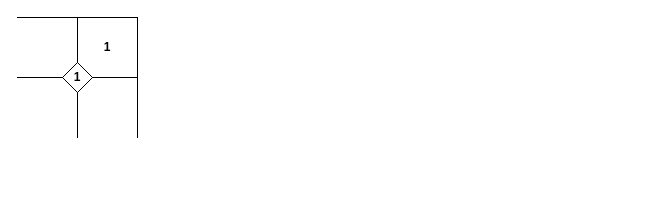
The draw.io diagram 爬梯子.drawio in ChrisFynnWang/algorithm, before the edit. Source tidied: cells renumbered, new cells numbered last; positions are measured from the earlier drawing's top-left corner, leaving out a move shared by most shapes. Both pictures are drawn from the tidied source at 100%, with x=0, y=0 at pixel (17, 17).
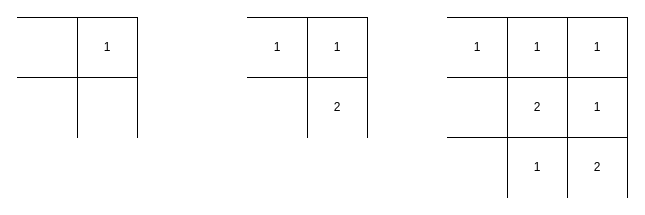
Above is the later version.

Commit message (it also covers changes not shown here):
更新爬梯子.drawio

The change refers to these unchanged cells:
```xml
<mxCell id="2" style="group;" parent="1" vertex="1">
  <mxGeometry width="120" height="120" as="geometry" />
</mxCell>
```

Change to the diagram source:
```diff
@@
-    <mxCell id="3" value="&lt;b&gt;1&lt;/b&gt;" style="whiteSpace=wrap;html=1;" parent="2" vertex="1">
+    <mxCell id="3" value="1" style="whiteSpace=wrap;html=1;" parent="2" vertex="1">
       <mxGeometry x="60" width="60" height="60" as="geometry" />
     </mxCell>
@@
-    <mxCell id="6" value="&lt;b&gt;1&lt;/b&gt;" style="rhombus;whiteSpace=wrap;html=1;" parent="2" vertex="1">
-      <mxGeometry x="45" y="45" width="30" height="30" as="geometry" />
-    </mxCell>
+    <mxCell id="7" style="group;" parent="1" vertex="1">
+      <mxGeometry x="230" width="120" height="120" as="geometry" />
+    </mxCell>
+    <mxCell id="8" value="1" style="whiteSpace=wrap;html=1;" parent="7" vertex="1">
+      <mxGeometry x="60" width="60" height="60" as="geometry" />
+    </mxCell>
+    <mxCell id="9" value="1" style="shape=partialRectangle;whiteSpace=wrap;html=1;left=0;right=0;fillColor=none;" parent="7" vertex="1">
+      <mxGeometry width="60" height="60" as="geometry" />
+    </mxCell>
+    <mxCell id="10" value="2" style="shape=partialRectangle;whiteSpace=wrap;html=1;top=0;bottom=0;fillColor=none;" parent="7" vertex="1">
+      <mxGeometry x="60" y="60" width="60" height="60" as="geometry" />
+    </mxCell>
+    <mxCell id="11" style="group;" parent="1" vertex="1">
+      <mxGeometry x="490" width="120" height="180" as="geometry" />
+    </mxCell>
+    <mxCell id="12" value="1" style="whiteSpace=wrap;html=1;" parent="11" vertex="1">
+      <mxGeometry x="60" width="60" height="60" as="geometry" />
+    </mxCell>
+    <mxCell id="13" style="shape=partialRectangle;whiteSpace=wrap;html=1;left=0;right=0;fillColor=none;" parent="11" vertex="1">
+      <mxGeometry width="60" height="60" as="geometry" />
+    </mxCell>
+    <mxCell id="14" style="shape=partialRectangle;whiteSpace=wrap;html=1;top=0;bottom=0;fillColor=none;" parent="11" vertex="1">
+      <mxGeometry x="60" y="60" width="60" height="60" as="geometry" />
+    </mxCell>
+    <mxCell id="15" style="group;" parent="11" vertex="1">
+      <mxGeometry x="-60" width="120" height="180" as="geometry" />
+    </mxCell>
+    <mxCell id="16" value="1" style="whiteSpace=wrap;html=1;" parent="15" vertex="1">
+      <mxGeometry x="60" width="60" height="60" as="geometry" />
+    </mxCell>
+    <mxCell id="17" value="1" style="shape=partialRectangle;whiteSpace=wrap;html=1;left=0;right=0;fillColor=none;" parent="15" vertex="1">
+      <mxGeometry width="60" height="60" as="geometry" />
+    </mxCell>
+    <mxCell id="18" style="shape=partialRectangle;whiteSpace=wrap;html=1;top=0;bottom=0;fillColor=none;" parent="15" vertex="1">
+      <mxGeometry x="60" y="60" width="60" height="60" as="geometry" />
+    </mxCell>
+    <mxCell id="19" style="group;" parent="15" vertex="1">
+      <mxGeometry y="60" width="120" height="120" as="geometry" />
+    </mxCell>
+    <mxCell id="20" style="whiteSpace=wrap;html=1;" parent="19" vertex="1">
+      <mxGeometry x="60" width="60" height="60" as="geometry" />
+    </mxCell>
+    <mxCell id="21" style="shape=partialRectangle;whiteSpace=wrap;html=1;left=0;right=0;fillColor=none;" parent="19" vertex="1">
+      <mxGeometry width="60" height="60" as="geometry" />
+    </mxCell>
+    <mxCell id="22" value="1" style="shape=partialRectangle;whiteSpace=wrap;html=1;top=0;bottom=0;fillColor=none;" parent="19" vertex="1">
+      <mxGeometry x="60" y="60" width="60" height="60" as="geometry" />
+    </mxCell>
+    <mxCell id="23" style="group;" parent="11" vertex="1">
+      <mxGeometry y="60" width="120" height="120" as="geometry" />
+    </mxCell>
+    <mxCell id="24" value="1" style="whiteSpace=wrap;html=1;" parent="23" vertex="1">
+      <mxGeometry x="60" width="60" height="60" as="geometry" />
+    </mxCell>
+    <mxCell id="25" value="2" style="shape=partialRectangle;whiteSpace=wrap;html=1;left=0;right=0;fillColor=none;" parent="23" vertex="1">
+      <mxGeometry width="60" height="60" as="geometry" />
+    </mxCell>
+    <mxCell id="26" value="2" style="shape=partialRectangle;whiteSpace=wrap;html=1;top=0;bottom=0;fillColor=none;" parent="23" vertex="1">
+      <mxGeometry x="60" y="60" width="60" height="60" as="geometry" />
+    </mxCell>
```
